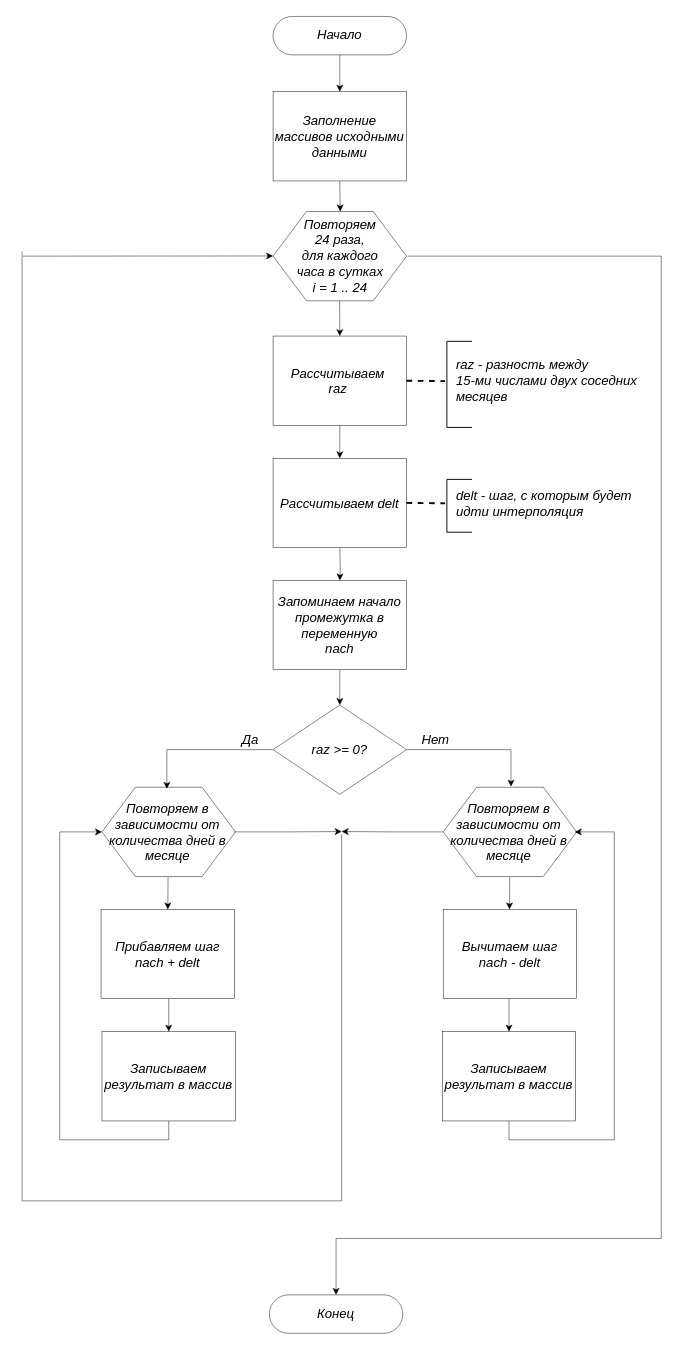
The draw.io diagram Interpol.drawio in Sofya99/Diplom, before the edit. Source tidied: cells renumbered, new cells numbered last; positions are measured from the earlier drawing's top-left corner, leaving out a move shared by most shapes. Both pictures are drawn from the tidied source at 94%, with x=0, y=0 at pixel (22, 16).
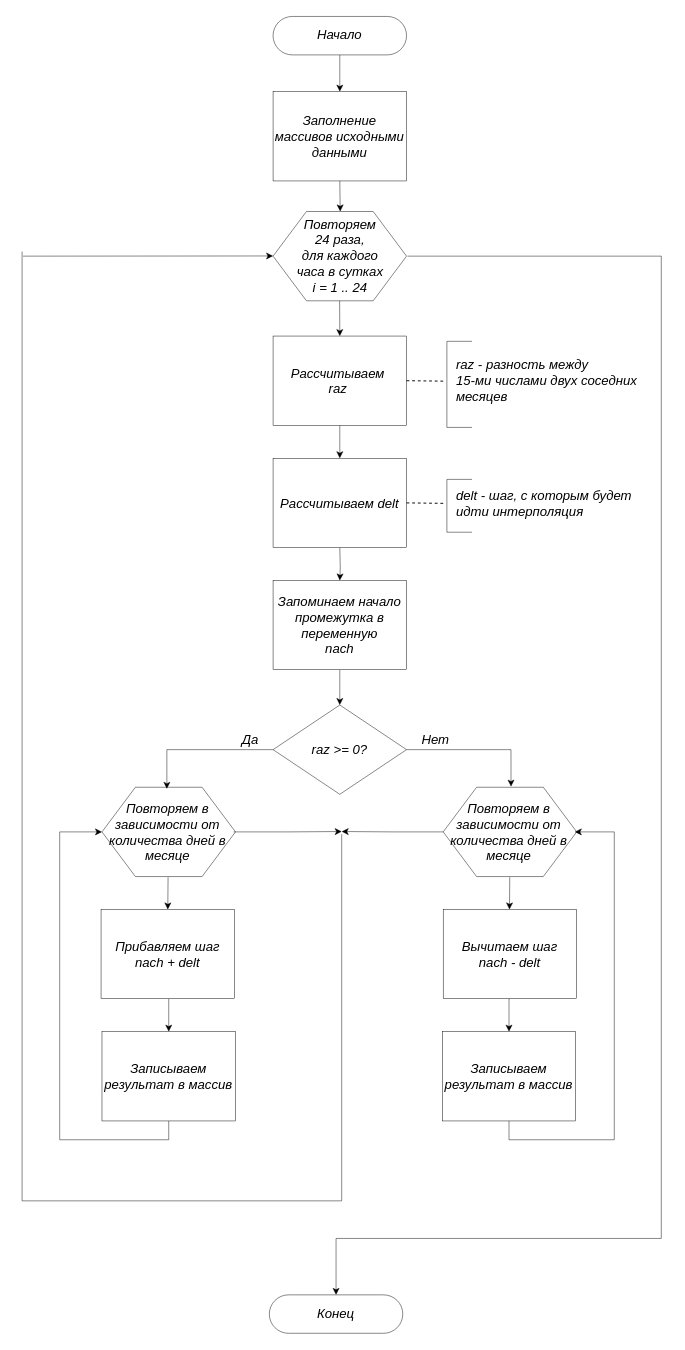
After the change.

Unchanged cells that the change refers to:
```xml
<mxCell id="29" value="&lt;font style=&quot;font-size: 14px&quot;&gt;&lt;i&gt;Рассчитываем&amp;nbsp;&lt;br&gt;&lt;/i&gt;&lt;i&gt;&lt;span lang=&quot;EN-US&quot; style=&quot;line-height: 115%&quot;&gt;raz&lt;/span&gt;&lt;span style=&quot;line-height: 115% ; font-family: &amp;#34;times new roman&amp;#34; , serif&quot;&gt;&amp;nbsp;&lt;/span&gt;&lt;/i&gt;&lt;/font&gt;&lt;i style=&quot;font-size: 14px&quot;&gt;&lt;br&gt;&lt;/i&gt;" style="rounded=0;whiteSpace=wrap;html=1;strokeWidth=0.5;fontSize=14;" parent="1" vertex="1">
  <mxGeometry x="267" y="340" width="142" height="95" as="geometry" />
</mxCell>
```

Change to the diagram source:
```diff
@@
-    <mxCell id="31" value="&lt;i&gt;Повторяем&lt;br&gt;24 раза,&lt;br&gt;для каждого&lt;br&gt;часа в сутках&lt;br&gt;&lt;/i&gt;&lt;i&gt;i = 1 .. 24&lt;/i&gt;" style="text;html=1;align=center;verticalAlign=middle;strokeColor=none;fontSize=14;" parent="1" vertex="1">
+    <mxCell id="31" value="&lt;i&gt;Повторяем&lt;br&gt;24 раза,&lt;br&gt;для каждого&lt;br&gt;часа в сутках&lt;br&gt;&lt;/i&gt;&lt;i&gt;i = 1 .. 24&lt;/i&gt;" style="text;html=1;align=center;verticalAlign=middle;strokeColor=none;fontSize=14;strokeWidth=0.5;" parent="1" vertex="1">
       <mxGeometry x="283" y="210" width="110" height="90" as="geometry" />
     </mxCell>
@@
-    <mxCell id="33" style="endArrow=none;html=1;fontSize=14;strokeWidth=2;exitX=1;exitY=0.5;exitDx=0;exitDy=0;dashed=1;jumpSize=6;shadow=0;sketch=0;" parent="1" edge="1" source="29">
+    <mxCell id="33" style="endArrow=none;html=1;fontSize=14;strokeWidth=1;exitX=1;exitY=0.5;exitDx=0;exitDy=0;dashed=1;jumpSize=6;shadow=0;sketch=0;" parent="1" edge="1" source="29">
       <mxGeometry relative="1" as="geometry">
         <mxPoint x="450" y="388" as="targetPoint" />
       </mxGeometry>
     </mxCell>
-    <mxCell id="34" style="shape=partialRectangle;whiteSpace=wrap;html=1;bottom=1;right=1;left=1;top=0;fillColor=none;routingCenterX=-0.5;fontSize=14;strokeWidth=1;verticalAlign=middle;rotation=90;" parent="1" vertex="1">
+    <mxCell id="34" style="shape=partialRectangle;whiteSpace=wrap;html=1;bottom=1;right=1;left=1;top=0;fillColor=none;routingCenterX=-0.5;fontSize=14;strokeWidth=0.5;verticalAlign=middle;rotation=90;" parent="1" vertex="1">
       <mxGeometry x="419.2" y="378.3" width="91.6" height="26.2" as="geometry" />
     </mxCell>
-    <mxCell id="35" value="&lt;i&gt;raz - разность между &lt;br&gt;15-ми числами двух соседних &lt;br&gt;месяцев&lt;/i&gt;" style="text;html=1;align=left;verticalAlign=middle;strokeColor=none;fontSize=14;" parent="1" vertex="1">
+    <mxCell id="35" value="&lt;i&gt;raz - разность между &lt;br&gt;15-ми числами двух соседних &lt;br&gt;месяцев&lt;/i&gt;" style="text;html=1;align=left;verticalAlign=middle;strokeColor=none;fontSize=14;strokeWidth=0.5;" parent="1" vertex="1">
       <mxGeometry x="460" y="357.5" width="210" height="60" as="geometry" />
     </mxCell>
-    <mxCell id="36" style="endArrow=none;html=1;fontSize=14;strokeWidth=2;exitX=1;exitY=0.5;exitDx=0;exitDy=0;dashed=1;jumpSize=6;shadow=0;sketch=0;" parent="1" edge="1">
+    <mxCell id="36" style="endArrow=none;html=1;fontSize=14;strokeWidth=1;exitX=1;exitY=0.5;exitDx=0;exitDy=0;dashed=1;jumpSize=6;shadow=0;sketch=0;" parent="1" edge="1">
       <mxGeometry relative="1" as="geometry">
         <mxPoint x="409" y="517.5" as="sourcePoint" />
         <mxPoint x="450" y="518" as="targetPoint" />
       </mxGeometry>
     </mxCell>
-    <mxCell id="37" style="shape=partialRectangle;whiteSpace=wrap;html=1;bottom=1;right=1;left=1;top=0;fillColor=none;routingCenterX=-0.5;fontSize=14;strokeWidth=1;verticalAlign=middle;rotation=90;" parent="1" vertex="1">
+    <mxCell id="37" style="shape=partialRectangle;whiteSpace=wrap;html=1;bottom=1;right=1;left=1;top=0;fillColor=none;routingCenterX=-0.5;fontSize=14;strokeWidth=0.5;verticalAlign=middle;rotation=90;" parent="1" vertex="1">
       <mxGeometry x="436.9" y="507.5" width="56.2" height="26.2" as="geometry" />
     </mxCell>
-    <mxCell id="38" value="&lt;i&gt;&lt;span style=&quot;text-align: center&quot;&gt;delt&amp;nbsp;&lt;/span&gt;- шаг, с которым будет &lt;br&gt;идти интерполяция&amp;nbsp;&lt;/i&gt;" style="text;html=1;align=left;verticalAlign=middle;strokeColor=none;fontSize=14;" parent="1" vertex="1">
+    <mxCell id="38" value="&lt;i&gt;&lt;span style=&quot;text-align: center&quot;&gt;delt&amp;nbsp;&lt;/span&gt;- шаг, с которым будет &lt;br&gt;идти интерполяция&amp;nbsp;&lt;/i&gt;" style="text;html=1;align=left;verticalAlign=middle;strokeColor=none;fontSize=14;strokeWidth=0.5;" parent="1" vertex="1">
       <mxGeometry x="460" y="497.5" width="200" height="40" as="geometry" />
     </mxCell>
```
